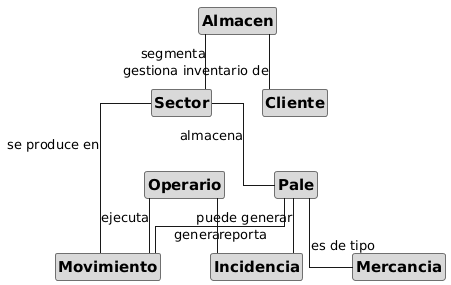
This is docs/analisis/modelo-de-dominio.png from Mariodrm17/TFG-2026, a PlantUML export, as it was before one commit. Source of this version:
```plantuml
@startuml
hide circle
  hide empty members
  skinparam shadowing false
  skinparam defaultFontName Helvetica
  skinparam linetype ortho
  skinparam nodesep 50
  skinparam ranksep 55
  skinparam class {
    BackgroundColor #D9D9D9
    BorderColor #707070
    FontColor #000000
    FontStyle bold
    FontSize 15
  }
  skinparam classBorderThickness 1

  class Almacen
  class Sector
  class Pale
  class Mercancia
  class Movimiento
  class Operario
  class Cliente
  class Incidencia

  Almacen  -- Sector     : segmenta
  Sector   -- Pale       : almacena
  Pale     -- Mercancia  : es de tipo
  Pale     -- Movimiento : genera
  Operario -- Movimiento : ejecuta
  Movimiento -- Sector   : se produce en
  Almacen  -- Cliente    : gestiona inventario de
  Pale     -- Incidencia : puede generar
  Operario -- Incidencia : reporta
@enduml
```
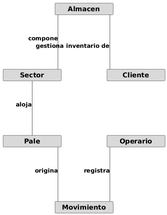
Above is the later version.

The edit, as a diff of the source:
```diff
@@ -1,36 +1,35 @@
 @startuml
 hide circle
-  hide empty members
-  skinparam shadowing false
-  skinparam defaultFontName Helvetica
-  skinparam linetype ortho
-  skinparam nodesep 50
-  skinparam ranksep 55
-  skinparam class {
-    BackgroundColor #D9D9D9
-    BorderColor #707070
-    FontColor #000000
-    FontStyle bold
-    FontSize 15
-  }
-  skinparam classBorderThickness 1
+hide empty members
+skinparam shadowing false
+skinparam defaultFontName Helvetica
+skinparam linetype ortho
+skinparam nodesep 110
+skinparam ranksep 130
+skinparam minClassWidth 140
+skinparam class {
+  BackgroundColor #D9D9D9
+  BorderColor #707070
+  FontColor #000000
+  FontStyle bold
+  FontSize 16
+}
+skinparam classBorderThickness 1
+skinparam ArrowColor #404040
+skinparam ArrowFontColor #000000
+skinparam ArrowFontSize 14
+skinparam ArrowFontStyle bold
 
-  class Almacen
-  class Sector
-  class Pale
-  class Mercancia
-  class Movimiento
-  class Operario
-  class Cliente
-  class Incidencia
+class Almacen
+class Sector
+class Cliente
+class Pale
+class Operario
+class Movimiento
 
-  Almacen  -- Sector     : segmenta
-  Sector   -- Pale       : almacena
-  Pale     -- Mercancia  : es de tipo
-  Pale     -- Movimiento : genera
-  Operario -- Movimiento : ejecuta
-  Movimiento -- Sector   : se produce en
-  Almacen  -- Cliente    : gestiona inventario de
-  Pale     -- Incidencia : puede generar
-  Operario -- Incidencia : reporta
+Almacen  -- Sector     : compone
+Almacen  -- Cliente    : gestiona inventario de
+Sector   -- Pale       : aloja
+Pale     -- Movimiento : origina
+Operario -- Movimiento : registra
 @enduml
```
